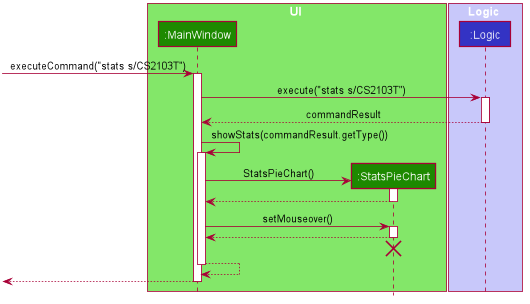
Before: docs/images/statistics/StatisticsSequenceDiagram.png, a diagram exported from PlantUML (nus-cs2103-AY1920S1/addressbook-level3). Its diagram source:
```plantuml
@startuml








skinparam BackgroundColor #FFFFFFF

skinparam Shadowing false

skinparam Class {
    FontColor #FFFFFF
    BorderThickness 1
    BorderColor #FFFFFF
    StereotypeFontColor #FFFFFF
    FontName Arial
}

skinparam Actor {
    BorderColor #000000
    Color #000000
    FontName Arial
}

skinparam Sequence {
    MessageAlign center
    BoxFontSize 15
    BoxPadding 0
    BoxFontColor #FFFFFF
    FontName Arial
}

skinparam Participant {
    FontColor #FFFFFFF
    Padding 20
}

skinparam MinClassWidth 50
skinparam ParticipantPadding 10
skinparam Shadowing false
skinparam DefaultTextAlignment center
skinparam packageStyle Rectangle

hide footbox
hide members
hide circle

box UI #83E769
participant ":MainWindow" as MainWindow #1D8900
participant ":StatsPieChart" as StatsPieChart #1D8900
end box

box Logic #C8C8FA
participant ":Logic" as Logic #3333C4
end box

[-> MainWindow : executeCommand("stats s/CS2103T")
activate MainWindow

MainWindow -> Logic : execute("stats s/CS2103T")
activate Logic

Logic --> MainWindow : commandResult
deactivate Logic

MainWindow -> MainWindow : showStats(commandResult.getType())
activate MainWindow

create StatsPieChart
MainWindow -> StatsPieChart : StatsPieChart()
activate StatsPieChart

StatsPieChart --> MainWindow
deactivate StatsPieChart

MainWindow -> StatsPieChart : setMouseover()
activate StatsPieChart

StatsPieChart --> MainWindow
deactivate StatsPieChart
StatsPieChart -[hidden]-> MainWindow
destroy StatsPieChart

MainWindow --> MainWindow
deactivate MainWindow

[<--MainWindow
deactivate MainWindow
@enduml
```
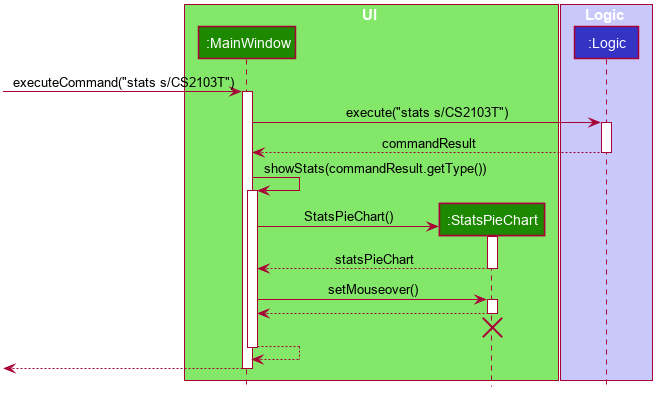
The same file after the commit.

Change to the diagram source:
```diff
@@ -73,7 +73,7 @@
 MainWindow -> StatsPieChart : StatsPieChart()
 activate StatsPieChart
 
-StatsPieChart --> MainWindow
+StatsPieChart --> MainWindow : statsPieChart
 deactivate StatsPieChart
 
 MainWindow -> StatsPieChart : setMouseover()
```
